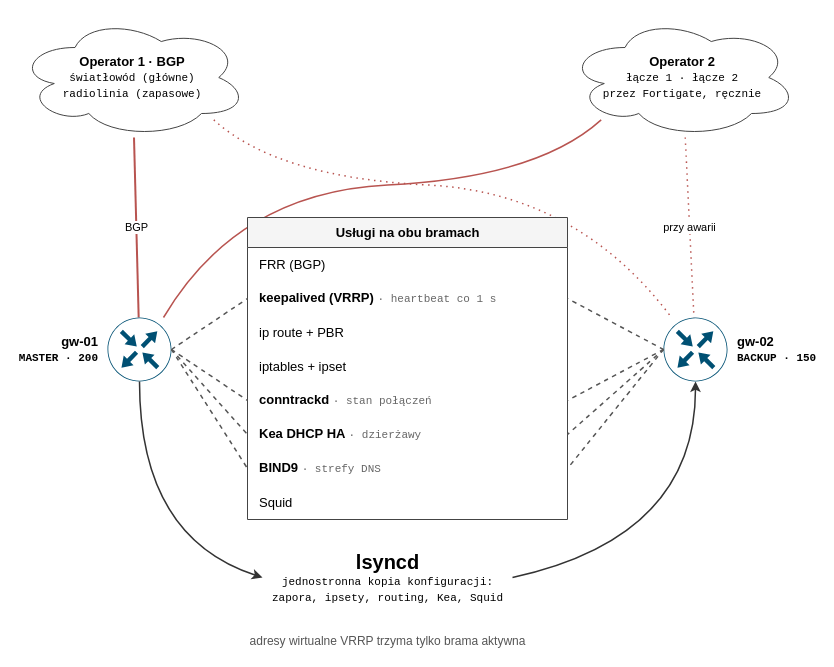
Earlier version of the draw.io diagram redundant-gateways.drawio (BO-RU-TA/mysnippets). Source tidied: cells renumbered, new cells numbered last; positions are measured from the earlier drawing's top-left corner, leaving out a move shared by most shapes. Both pictures are drawn from the tidied source at 100%, with x=0, y=0 at pixel (17, 17).
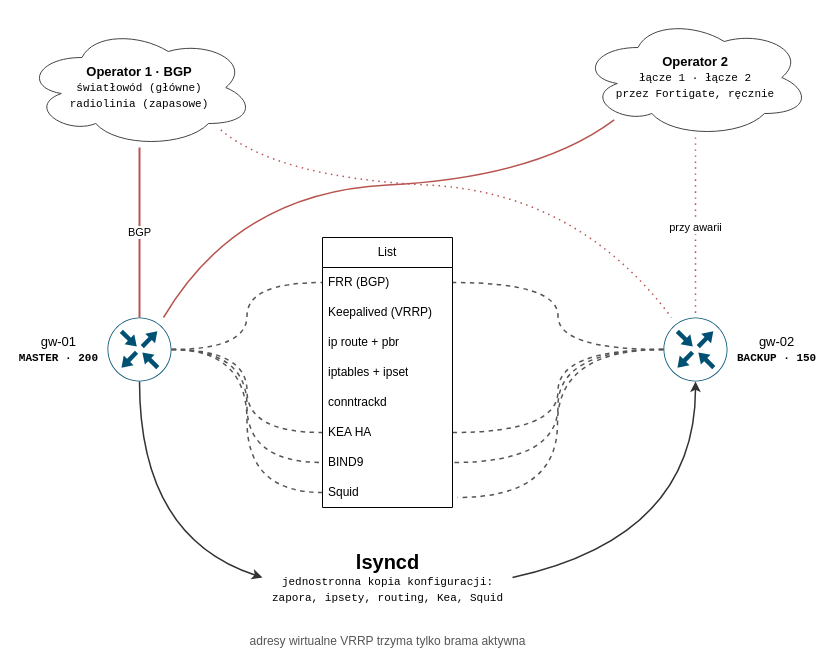
The same page after the edit.

What changed in the source:
```diff
@@
     <mxCell id="2" value="Operator 1 · BGP&lt;br&gt;&lt;font face=&quot;Courier New&quot; style=&quot;font-size:11px;font-weight:normal&quot;&gt;światłowód (główne)&lt;/font&gt;&lt;br&gt;&lt;font face=&quot;Courier New&quot; style=&quot;font-size:11px;font-weight:normal&quot;&gt;radiolinia (zapasowe)&lt;/font&gt;" style="ellipse;shape=cloud;whiteSpace=wrap;html=1;fillColor=#ffffff;strokeColor=#444444;fontStyle=1;fontSize=13;" parent="1" vertex="1">
-      <mxGeometry width="230" height="120" as="geometry" />
+      <mxGeometry x="7" y="10" width="230" height="120" as="geometry" />
     </mxCell>
     <mxCell id="3" value="Operator 2&lt;br&gt;&lt;font face=&quot;Courier New&quot; style=&quot;font-size:11px;font-weight:normal&quot;&gt;łącze 1 · łącze 2&lt;/font&gt;&lt;br&gt;&lt;font face=&quot;Courier New&quot; style=&quot;font-size:11px;font-weight:normal&quot;&gt;przez Fortigate, ręcznie&lt;/font&gt;" style="ellipse;shape=cloud;whiteSpace=wrap;html=1;fillColor=#ffffff;strokeColor=#444444;fontStyle=1;fontSize=13;" parent="1" vertex="1">
-      <mxGeometry x="550" width="230" height="120" as="geometry" />
+      <mxGeometry x="563" width="230" height="120" as="geometry" />
     </mxCell>
@@
-    <mxCell id="8" value="gw-01&lt;br&gt;&lt;font face=&quot;Courier New&quot; style=&quot;font-size:11px&quot;&gt;MASTER · 200&lt;/font&gt;" style="sketch=0;html=1;shape=mxgraph.cisco19.router;fillColor=#005073;strokeColor=none;verticalLabelPosition=bottom;verticalAlign=top;align=center;fontSize=13;fontStyle=1;verticalLabelPosition=middle;labelPosition=left;align=right;verticalAlign=middle;spacingRight=8;" parent="1" vertex="1">
+    <mxCell id="8" value="&lt;div align=&quot;center&quot;&gt;&lt;span style=&quot;font-weight: normal;&quot;&gt;gw-01&lt;/span&gt;&lt;br&gt;&lt;font face=&quot;Courier New&quot; style=&quot;font-size:11px&quot;&gt;MASTER · 200&lt;/font&gt;&lt;/div&gt;" style="sketch=0;html=1;shape=mxgraph.cisco19.router;fillColor=#005073;strokeColor=none;verticalLabelPosition=bottom;verticalAlign=top;align=center;fontSize=13;fontStyle=1;verticalLabelPosition=middle;labelPosition=left;align=right;verticalAlign=middle;spacingRight=8;" parent="1" vertex="1">
       <mxGeometry x="90" y="300" width="64" height="64" as="geometry" />
     </mxCell>
-    <mxCell id="9" value="gw-02&lt;br&gt;&lt;font face=&quot;Courier New&quot; style=&quot;font-size:11px&quot;&gt;BACKUP · 150&lt;/font&gt;" style="sketch=0;html=1;shape=mxgraph.cisco19.router;fillColor=#005073;strokeColor=none;verticalLabelPosition=bottom;verticalAlign=top;align=center;fontSize=13;fontStyle=1;verticalLabelPosition=middle;labelPosition=right;align=left;verticalAlign=middle;spacingLeft=8;" parent="1" vertex="1">
+    <mxCell id="9" value="&lt;div align=&quot;center&quot;&gt;&lt;span style=&quot;font-weight: normal;&quot;&gt;gw-02&lt;/span&gt;&lt;br&gt;&lt;font face=&quot;Courier New&quot; style=&quot;font-size:11px&quot;&gt;BACKUP · 150&lt;/font&gt;&lt;/div&gt;" style="sketch=0;html=1;shape=mxgraph.cisco19.router;fillColor=#005073;strokeColor=none;verticalLabelPosition=bottom;verticalAlign=top;align=center;fontSize=13;fontStyle=1;verticalLabelPosition=middle;labelPosition=right;align=left;verticalAlign=middle;spacingLeft=8;" parent="1" vertex="1">
       <mxGeometry x="646" y="300" width="64" height="64" as="geometry" />
     </mxCell>
-    <mxCell id="10" value="Usługi na obu bramach" style="swimlane;fontStyle=1;horizontal=1;startSize=30;html=1;fillColor=#f5f5f5;strokeColor=#444444;fontSize=13;" parent="1" vertex="1">
-      <mxGeometry x="230" y="200" width="320" height="302" as="geometry" />
-    </mxCell>
-    <mxCell id="11" value="FRR (BGP)" style="text;strokeColor=none;fillColor=none;align=left;verticalAlign=middle;spacingLeft=10;html=1;fontSize=13;" parent="10" vertex="1">
-      <mxGeometry y="30" width="320" height="34" as="geometry" />
-    </mxCell>
-    <mxCell id="12" value="keepalived (VRRP) &lt;span style=&quot;font-weight:normal;font-family:Courier New;font-size:11px;color:#666&quot;&gt;· heartbeat co 1 s&lt;/span&gt;" style="text;strokeColor=none;fillColor=none;align=left;verticalAlign=middle;spacingLeft=10;html=1;fontSize=13;fontStyle=1;" parent="10" vertex="1">
-      <mxGeometry y="64" width="320" height="34" as="geometry" />
-    </mxCell>
-    <mxCell id="13" value="ip route + PBR" style="text;strokeColor=none;fillColor=none;align=left;verticalAlign=middle;spacingLeft=10;html=1;fontSize=13;" parent="10" vertex="1">
-      <mxGeometry y="98" width="320" height="34" as="geometry" />
-    </mxCell>
-    <mxCell id="14" value="iptables + ipset" style="text;strokeColor=none;fillColor=none;align=left;verticalAlign=middle;spacingLeft=10;html=1;fontSize=13;" parent="10" vertex="1">
-      <mxGeometry y="132" width="320" height="34" as="geometry" />
-    </mxCell>
-    <mxCell id="15" value="conntrackd &lt;span style=&quot;font-weight:normal;font-family:Courier New;font-size:11px;color:#666&quot;&gt;· stan połączeń&lt;/span&gt;" style="text;strokeColor=none;fillColor=none;align=left;verticalAlign=middle;spacingLeft=10;html=1;fontSize=13;fontStyle=1;" parent="10" vertex="1">
-      <mxGeometry y="166" width="320" height="34" as="geometry" />
-    </mxCell>
-    <mxCell id="16" value="Kea DHCP HA &lt;span style=&quot;font-weight:normal;font-family:Courier New;font-size:11px;color:#666&quot;&gt;· dzierżawy&lt;/span&gt;" style="text;strokeColor=none;fillColor=none;align=left;verticalAlign=middle;spacingLeft=10;html=1;fontSize=13;fontStyle=1;" parent="10" vertex="1">
-      <mxGeometry y="200" width="320" height="34" as="geometry" />
-    </mxCell>
-    <mxCell id="17" value="BIND9 &lt;span style=&quot;font-weight:normal;font-family:Courier New;font-size:11px;color:#666&quot;&gt;· strefy DNS&lt;/span&gt;" style="text;strokeColor=none;fillColor=none;align=left;verticalAlign=middle;spacingLeft=10;html=1;fontSize=13;fontStyle=1;" parent="10" vertex="1">
-      <mxGeometry y="234" width="320" height="34" as="geometry" />
-    </mxCell>
-    <mxCell id="18" value="Squid" style="text;strokeColor=none;fillColor=none;align=left;verticalAlign=middle;spacingLeft=10;html=1;fontSize=13;" parent="10" vertex="1">
-      <mxGeometry y="268" width="320" height="34" as="geometry" />
-    </mxCell>
-    <mxCell id="19" style="endArrow=none;html=1;dashed=1;strokeColor=#555555;strokeWidth=1.5;curved=1;exitX=1;exitY=0.5;exitDx=0;exitDy=0;entryX=0;entryY=0.5;entryDx=0;entryDy=0;" parent="1" edge="1" source="8" target="12">
+    <mxCell id="19" style="endArrow=none;html=1;dashed=1;strokeColor=#555555;strokeWidth=1.5;curved=1;exitX=1;exitY=0.5;exitDx=0;exitDy=0;entryX=0;entryY=0.5;entryDx=0;entryDy=0;edgeStyle=orthogonalEdgeStyle;curveGeometry=1;" parent="1" edge="1" source="8" target="11">
       <mxGeometry relative="1" as="geometry" />
     </mxCell>
-    <mxCell id="20" style="endArrow=none;html=1;dashed=1;strokeColor=#555555;strokeWidth=1.5;curved=1;exitX=0;exitY=0.5;exitDx=0;exitDy=0;entryX=1;entryY=0.5;entryDx=0;entryDy=0;" parent="1" edge="1" source="9" target="12">
+    <mxCell id="20" style="endArrow=none;html=1;dashed=1;strokeColor=#555555;strokeWidth=1.5;curved=1;exitX=0;exitY=0.5;exitDx=0;exitDy=0;entryX=1;entryY=0.5;entryDx=0;entryDy=0;edgeStyle=orthogonalEdgeStyle;curveGeometry=1;" parent="1" edge="1" source="9" target="11">
       <mxGeometry relative="1" as="geometry" />
     </mxCell>
-    <mxCell id="21" style="endArrow=none;html=1;dashed=1;strokeColor=#555555;strokeWidth=1.5;curved=1;exitX=1;exitY=0.5;exitDx=0;exitDy=0;entryX=0;entryY=0.5;entryDx=0;entryDy=0;" parent="1" edge="1" source="8" target="15">
+    <mxCell id="21" style="endArrow=none;html=1;dashed=1;strokeColor=#555555;strokeWidth=1.5;curved=1;exitX=1;exitY=0.5;exitDx=0;exitDy=0;entryX=0;entryY=0.5;entryDx=0;entryDy=0;edgeStyle=orthogonalEdgeStyle;curveGeometry=1;" parent="1" edge="1" source="8" target="35">
       <mxGeometry relative="1" as="geometry" />
     </mxCell>
-    <mxCell id="22" style="endArrow=none;html=1;dashed=1;strokeColor=#555555;strokeWidth=1.5;curved=1;exitX=0;exitY=0.5;exitDx=0;exitDy=0;entryX=1;entryY=0.5;entryDx=0;entryDy=0;" parent="1" edge="1" source="9" target="15">
+    <mxCell id="22" style="endArrow=none;html=1;dashed=1;strokeColor=#555555;strokeWidth=1.5;curved=1;exitX=0;exitY=0.5;exitDx=0;exitDy=0;entryX=1;entryY=0.5;entryDx=0;entryDy=0;edgeStyle=orthogonalEdgeStyle;curveGeometry=1;" parent="1" edge="1" source="9" target="36">
       <mxGeometry relative="1" as="geometry" />
     </mxCell>
-    <mxCell id="23" style="endArrow=none;html=1;dashed=1;strokeColor=#555555;strokeWidth=1.5;curved=1;exitX=1;exitY=0.5;exitDx=0;exitDy=0;entryX=0;entryY=0.5;entryDx=0;entryDy=0;" parent="1" edge="1" source="8" target="16">
+    <mxCell id="23" style="endArrow=none;html=1;dashed=1;strokeColor=#555555;strokeWidth=1.5;curved=1;exitX=1;exitY=0.5;exitDx=0;exitDy=0;entryX=0;entryY=0.5;entryDx=0;entryDy=0;edgeStyle=orthogonalEdgeStyle;curveGeometry=1;" parent="1" edge="1" source="8" target="36">
       <mxGeometry relative="1" as="geometry" />
     </mxCell>
-    <mxCell id="24" style="endArrow=none;html=1;dashed=1;strokeColor=#555555;strokeWidth=1.5;curved=1;exitX=0;exitY=0.5;exitDx=0;exitDy=0;entryX=1;entryY=0.5;entryDx=0;entryDy=0;" parent="1" edge="1" source="9" target="16">
+    <mxCell id="24" style="endArrow=none;html=1;dashed=1;strokeColor=#555555;strokeWidth=1.5;curved=1;exitX=0;exitY=0.5;exitDx=0;exitDy=0;entryX=1;entryY=0.5;entryDx=0;entryDy=0;edgeStyle=orthogonalEdgeStyle;curveGeometry=1;" parent="1" edge="1" source="9" target="35">
       <mxGeometry relative="1" as="geometry" />
     </mxCell>
-    <mxCell id="25" style="endArrow=none;html=1;dashed=1;strokeColor=#555555;strokeWidth=1.5;curved=1;exitX=1;exitY=0.5;exitDx=0;exitDy=0;entryX=0;entryY=0.5;entryDx=0;entryDy=0;" parent="1" edge="1" source="8" target="17">
+    <mxCell id="25" style="endArrow=none;html=1;dashed=1;strokeColor=#555555;strokeWidth=1.5;curved=1;exitX=1;exitY=0.5;exitDx=0;exitDy=0;entryX=0;entryY=0.5;entryDx=0;entryDy=0;edgeStyle=orthogonalEdgeStyle;curveGeometry=1;" parent="1" edge="1" source="8" target="18">
       <mxGeometry relative="1" as="geometry" />
     </mxCell>
-    <mxCell id="26" style="endArrow=none;html=1;dashed=1;strokeColor=#555555;strokeWidth=1.5;curved=1;exitX=0;exitY=0.5;exitDx=0;exitDy=0;entryX=1;entryY=0.5;entryDx=0;entryDy=0;" parent="1" edge="1" source="9" target="17">
-      <mxGeometry relative="1" as="geometry" />
+    <mxCell id="26" style="endArrow=none;html=1;dashed=1;strokeColor=#555555;strokeWidth=1.5;curved=1;exitX=0;exitY=0.5;exitDx=0;exitDy=0;edgeStyle=orthogonalEdgeStyle;curveGeometry=1;" parent="1" edge="1" source="9">
+      <mxGeometry relative="1" as="geometry">
+        <mxPoint x="440" y="480" as="targetPoint" />
+        <Array as="points">
+          <mxPoint x="540" y="332" />
+          <mxPoint x="540" y="480" />
+        </Array>
+      </mxGeometry>
     </mxCell>
@@
+    <mxCell id="31" value="List" style="swimlane;fontStyle=0;horizontal=1;startSize=30;whiteSpace=wrap;html=1;" parent="1" vertex="1">
+      <mxGeometry x="305" y="220" width="130" height="270" as="geometry" />
+    </mxCell>
+    <mxCell id="11" value="FRR (BGP)" style="text;strokeColor=none;fillColor=none;align=left;verticalAlign=middle;spacingLeft=4;spacingRight=4;overflow=hidden;points=[[0,0.5],[1,0.5]];portConstraint=eastwest;whiteSpace=wrap;html=1;" parent="31" vertex="1">
+      <mxGeometry y="30" width="130" height="30" as="geometry" />
+    </mxCell>
+    <mxCell id="32" value="Keepalived (VRRP)" style="text;strokeColor=none;fillColor=none;align=left;verticalAlign=middle;spacingLeft=4;spacingRight=4;overflow=hidden;whiteSpace=wrap;html=1;" parent="31" vertex="1">
+      <mxGeometry y="60" width="130" height="30" as="geometry" />
+    </mxCell>
+    <mxCell id="33" value="ip route + pbr" style="text;strokeColor=none;fillColor=none;align=left;verticalAlign=middle;spacingLeft=4;spacingRight=4;overflow=hidden;whiteSpace=wrap;html=1;" parent="31" vertex="1">
+      <mxGeometry y="90" width="130" height="30" as="geometry" />
+    </mxCell>
+    <mxCell id="14" value="iptables + ipset" style="text;strokeColor=none;fillColor=none;align=left;verticalAlign=middle;spacingLeft=4;spacingRight=4;overflow=hidden;whiteSpace=wrap;html=1;" parent="31" vertex="1">
+      <mxGeometry y="120" width="130" height="30" as="geometry" />
+    </mxCell>
+    <mxCell id="34" value="conntrackd" style="text;strokeColor=none;fillColor=none;align=left;verticalAlign=middle;spacingLeft=4;spacingRight=4;overflow=hidden;whiteSpace=wrap;html=1;" parent="31" vertex="1">
+      <mxGeometry y="150" width="130" height="30" as="geometry" />
+    </mxCell>
+    <mxCell id="35" value="KEA HA" style="text;strokeColor=none;fillColor=none;align=left;verticalAlign=middle;spacingLeft=4;spacingRight=4;overflow=hidden;points=[[0,0.5],[1,0.5]];portConstraint=eastwest;whiteSpace=wrap;html=1;" parent="31" vertex="1">
+      <mxGeometry y="180" width="130" height="30" as="geometry" />
+    </mxCell>
+    <mxCell id="36" value="BIND9" style="text;strokeColor=none;fillColor=none;align=left;verticalAlign=middle;spacingLeft=4;spacingRight=4;overflow=hidden;points=[[0,0.5],[1,0.5]];portConstraint=eastwest;whiteSpace=wrap;html=1;" parent="31" vertex="1">
+      <mxGeometry y="210" width="130" height="30" as="geometry" />
+    </mxCell>
+    <mxCell id="18" value="Squid" style="text;strokeColor=none;fillColor=none;align=left;verticalAlign=middle;spacingLeft=4;spacingRight=4;overflow=hidden;points=[[0,0.5],[1,0.5]];portConstraint=eastwest;whiteSpace=wrap;html=1;" parent="31" vertex="1">
+      <mxGeometry y="240" width="130" height="30" as="geometry" />
+    </mxCell>
```
